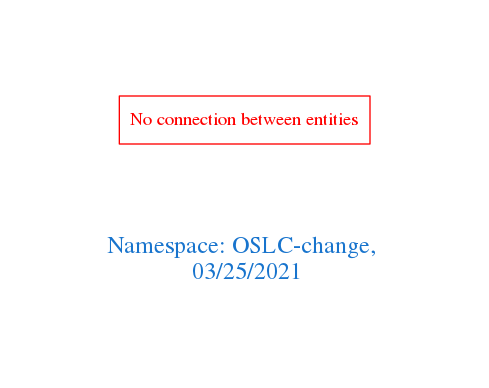
Earlier version of the Graphviz export downloads/OSLC-change.png (arago/OGIT). Its source is kept beside it as downloads/OSLC-change.dot. The source it was exported from:
```dot
digraph OGIT_ontology {
 graph [ rankdir= LR,pad=1
fontsize = 18,
fontcolor= dodgerblue3,label = "\n\n\nNamespace: OSLC-change, \n 03/25/2021"];
node[shape=polygon];
edge [  color="gray81"];

"No connection between entities" [fontcolor = "red",color="red", shape="polygon"]
}
```
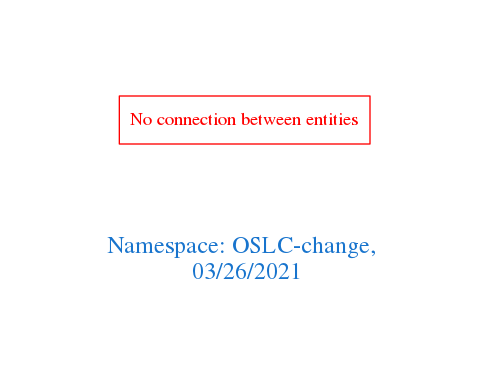
The same file after the commit.

Change to the diagram source:
```diff
@@ -1,7 +1,7 @@
 digraph OGIT_ontology {
  graph [ rankdir= LR,pad=1
 fontsize = 18,
-fontcolor= dodgerblue3,label = "\n\n\nNamespace: OSLC-change, \n 03/25/2021"];
+fontcolor= dodgerblue3,label = "\n\n\nNamespace: OSLC-change, \n 03/26/2021"];
 node[shape=polygon];
 edge [  color="gray81"];
 
```
